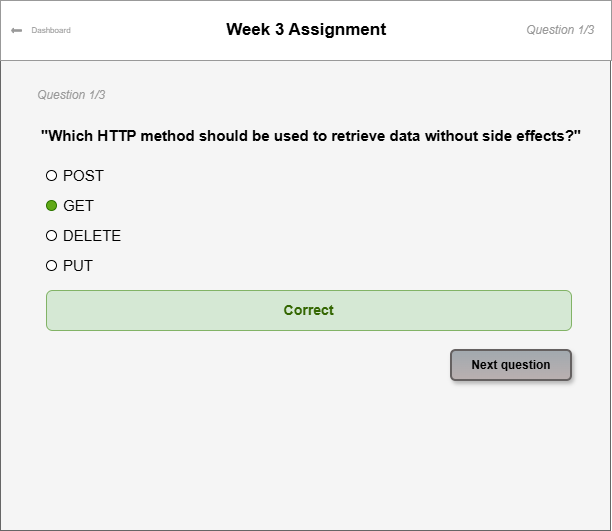
Earlier version of the draw.io export docs/wireframes/assignment-view.png (summer-group5/ai-exam-platform). Source tidied: cells renumbered, new cells last; positions are measured from the earlier drawing's top-left corner, leaving out a move shared by most shapes.
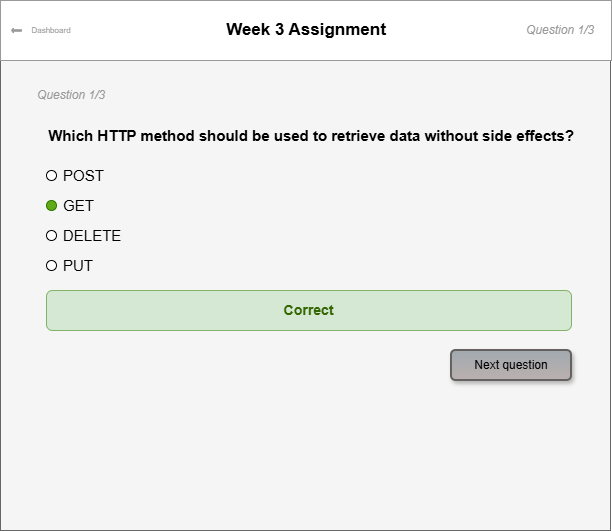
The same file after the commit.

Commit message:
docs: add exam view

The edit, as a diff of the source:
```diff
@@ -20,7 +20,7 @@
     <mxCell id="7" value="&lt;i&gt;&lt;font style=&quot;color: rgb(153, 153, 153);&quot;&gt;Question 1/3&lt;/font&gt;&lt;/i&gt;" style="text;html=1;whiteSpace=wrap;strokeColor=none;fillColor=none;align=center;verticalAlign=middle;rounded=0;" parent="1" vertex="1">
       <mxGeometry x="510" y="15" width="100" height="30" as="geometry" />
     </mxCell>
-    <mxCell id="8" value="&lt;p class=&quot;font-claude-response-body break-words whitespace-normal leading-[1.7]&quot;&gt;&lt;strong&gt;&lt;font style=&quot;font-size: 15px;&quot;&gt;&quot;Which HTTP method should be used to retrieve data without side effects?&quot;&lt;/font&gt;&lt;/strong&gt;&lt;/p&gt;" style="text;html=1;whiteSpace=wrap;strokeColor=none;fillColor=none;align=center;verticalAlign=middle;rounded=0;" parent="1" vertex="1">
+    <mxCell id="8" value="&lt;p class=&quot;font-claude-response-body break-words whitespace-normal leading-[1.7]&quot;&gt;&lt;strong&gt;&lt;font style=&quot;font-size: 15px;&quot;&gt;Which HTTP method should be used to retrieve data without side effects?&lt;/font&gt;&lt;/strong&gt;&lt;/p&gt;" style="text;html=1;whiteSpace=wrap;strokeColor=none;fillColor=none;align=center;verticalAlign=middle;rounded=0;" parent="1" vertex="1">
       <mxGeometry x="31" y="110" width="560" height="50" as="geometry" />
     </mxCell>
     <mxCell id="9" value="&lt;i&gt;&lt;font style=&quot;color: rgb(153, 153, 153);&quot;&gt;Question 1/3&lt;/font&gt;&lt;/i&gt;" style="text;html=1;whiteSpace=wrap;strokeColor=none;fillColor=none;align=center;verticalAlign=middle;rounded=0;" parent="1" vertex="1">
@@ -44,7 +44,7 @@
     <mxCell id="15" value="&lt;font style=&quot;color: rgb(51, 102, 0); font-size: 14px;&quot;&gt;&lt;b&gt;Correct&lt;/b&gt;&lt;/font&gt;" style="rounded=1;whiteSpace=wrap;html=1;fillColor=#d5e8d4;strokeColor=#82b366;" parent="1" vertex="1">
       <mxGeometry x="46" y="290" width="525" height="40" as="geometry" />
     </mxCell>
-    <mxCell id="16" value="&lt;font style=&quot;color: rgb(0, 0, 0);&quot;&gt;&lt;b&gt;Next question&lt;/b&gt;&lt;/font&gt;" style="rounded=1;whiteSpace=wrap;html=1;fillColor=light-dark(#a1a9af, #7d8c9b);fontColor=#ffffff;strokeColor=light-dark(#656161, #ededed);gradientColor=light-dark(#bab0b0, #ededed);shadow=1;strokeWidth=2;" parent="1" vertex="1">
+    <mxCell id="16" value="&lt;font style=&quot;color: rgb(0, 0, 0);&quot;&gt;Next question&lt;/font&gt;" style="rounded=1;whiteSpace=wrap;html=1;fillColor=light-dark(#a1a9af, #7d8c9b);fontColor=#ffffff;strokeColor=light-dark(#656161, #ededed);gradientColor=light-dark(#bab0b0, #ededed);shadow=1;strokeWidth=2;" parent="1" vertex="1">
       <mxGeometry x="451" y="350" width="120" height="30" as="geometry" />
     </mxCell>
   </root>
```
